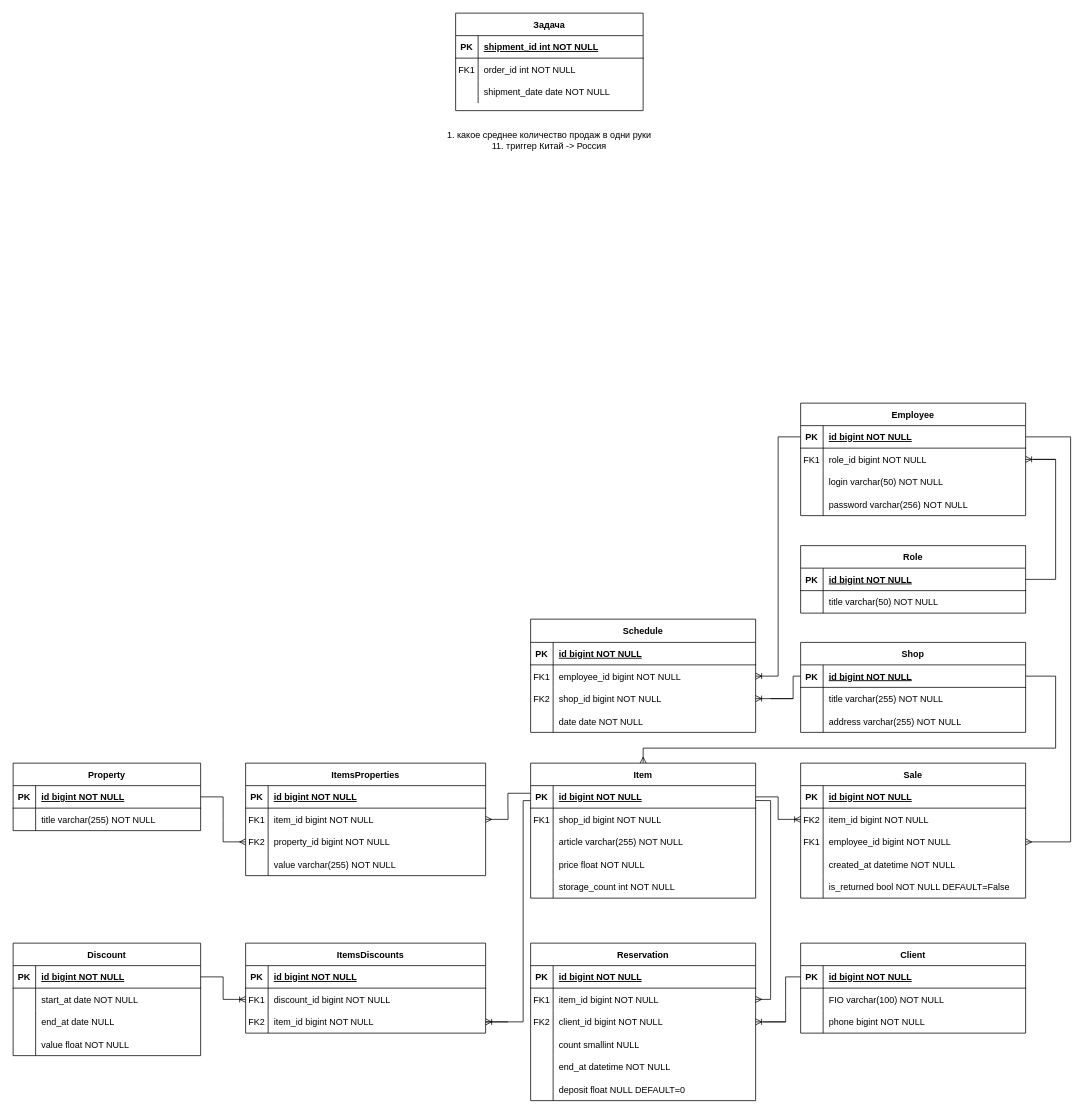
Before: диаграммы баз данных/магазин обуви/физическая.drawio in DogNellaf/shoe-store, a draw.io diagram. Source tidied: cells renumbered, new cells numbered last; positions are measured from the earlier drawing's top-left corner, leaving out a move shared by most shapes. Both pictures are drawn from the tidied source at 75%, with x=0, y=0 at pixel (13, 13).
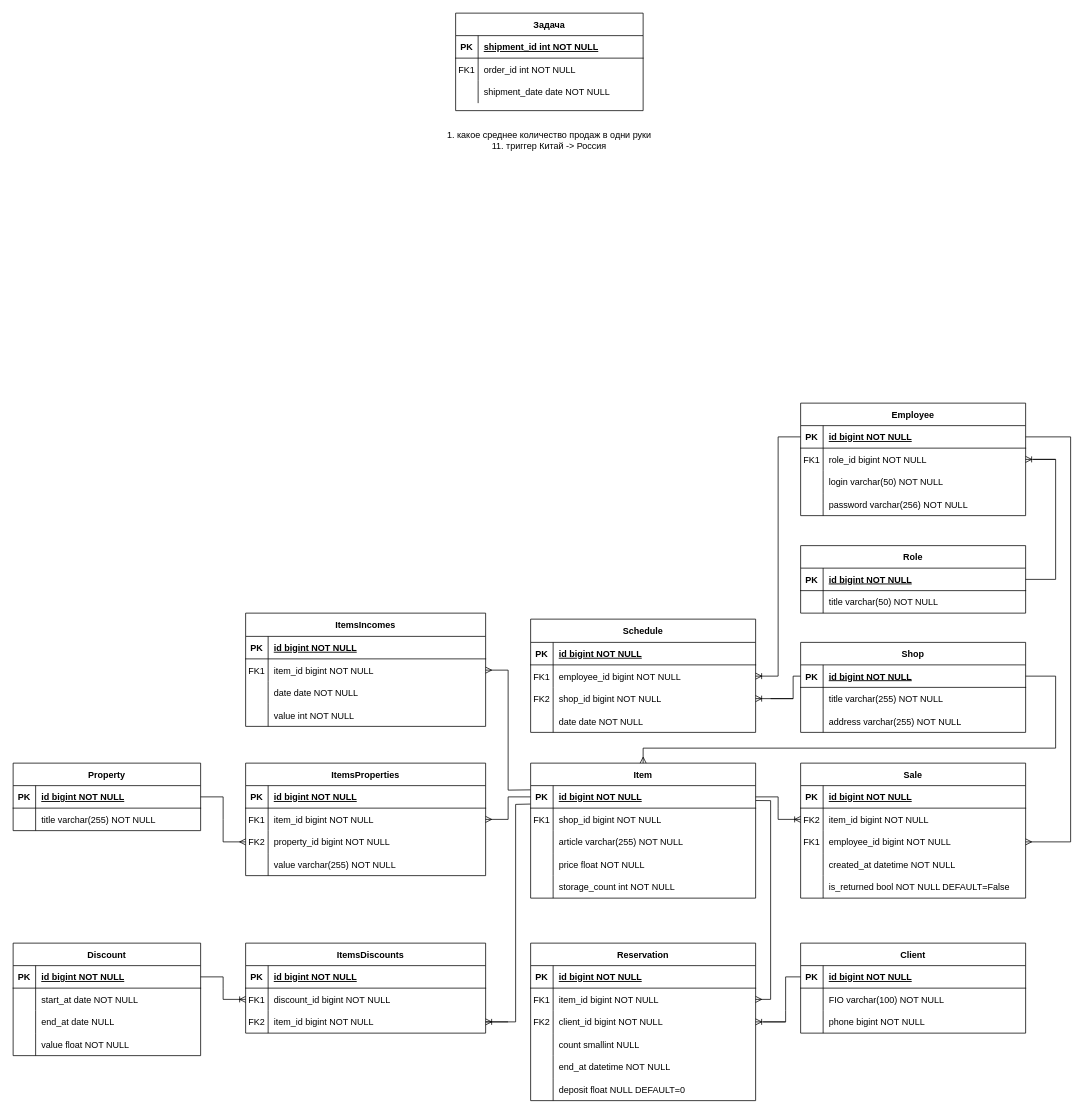
After the change.

Unchanged cells that the change refers to:
```xml
<mxCell id="32" value="Item" style="shape=table;startSize=30;childLayout=tableLayout;rowLines=0;fontStyle=1;align=center;" parent="1" vertex="1">
  <mxGeometry x="690" y="1000" width="300" height="180" as="geometry" />
</mxCell>
<mxCell id="33" style="shape=partialRectangle;fillColor=none;points=[[0,0.5],[1,0.5]];portConstraint=eastwest;top=0;left=0;right=0;bottom=1;" parent="32" vertex="1">
  <mxGeometry y="30" width="300" height="30" as="geometry" />
</mxCell>
<mxCell id="114" style="shape=partialRectangle;fillColor=none;points=[[0,0.5],[1,0.5]];portConstraint=eastwest;top=0;left=0;right=0;bottom=0;" parent="110" vertex="1">
  <mxGeometry y="60" width="320" height="30" as="geometry" />
</mxCell>
```

What changed in the source:
```diff
@@
-    <mxCell id="124" style="edgeStyle=entityRelationEdgeStyle;fontSize=12;html=1;endArrow=ERmany;rounded=0;entryX=1;entryY=0.5;entryDx=0;entryDy=0;exitX=-0.001;exitY=0.34;exitDx=0;exitDy=0;exitPerimeter=0;" parent="1" edge="1" source="33" target="114">
+    <mxCell id="124" style="edgeStyle=entityRelationEdgeStyle;fontSize=12;html=1;endArrow=ERmany;rounded=0;entryX=1;entryY=0.5;entryDx=0;entryDy=0;exitX=0;exitY=0.25;exitDx=0;exitDy=0;" parent="1" edge="1" source="32" target="114">
       <mxGeometry relative="1" as="geometry" />
     </mxCell>
@@
-    <mxCell id="167" style="endArrow=none;html=1;rounded=0;entryX=-0.001;entryY=0.665;entryDx=0;entryDy=0;entryPerimeter=0;" parent="1" edge="1" target="33">
+    <mxCell id="167" style="endArrow=none;html=1;rounded=0;entryX=-0.001;entryY=0.819;entryDx=0;entryDy=0;entryPerimeter=0;" parent="1" edge="1" target="33">
       <mxGeometry relative="1" as="geometry">
         <mxPoint x="660" y="1345" as="sourcePoint" />
         <Array as="points">
-          <mxPoint x="680" y="1345" />
-          <mxPoint x="680" y="1050" />
+          <mxPoint x="670" y="1345" />
+          <mxPoint x="670" y="1055" />
         </Array>
       </mxGeometry>
     </mxCell>
@@
+    <mxCell id="176" value="ItemsIncomes" style="shape=table;startSize=31;childLayout=tableLayout;rowLines=0;fontStyle=1;align=center;" parent="1" vertex="1">
+      <mxGeometry x="310" y="800" width="320" height="151" as="geometry" />
+    </mxCell>
+    <mxCell id="177" style="shape=partialRectangle;fillColor=none;top=0;left=0;right=0;bottom=1;" parent="176" vertex="1">
+      <mxGeometry y="31" width="320" height="30" as="geometry" />
+    </mxCell>
+    <mxCell id="178" value="PK" style="shape=partialRectangle;overflow=hidden;fillColor=none;top=0;left=0;bottom=0;right=0;fontStyle=1;" parent="177" vertex="1">
+      <mxGeometry width="30" height="30" as="geometry" />
+    </mxCell>
+    <mxCell id="179" value="id bigint NOT NULL " style="shape=partialRectangle;overflow=hidden;fillColor=none;top=0;left=0;bottom=0;right=0;align=left;spacingLeft=6;fontStyle=5;" parent="177" vertex="1">
+      <mxGeometry x="30" width="290" height="30" as="geometry" />
+    </mxCell>
+    <mxCell id="180" style="shape=partialRectangle;fillColor=none;points=[[0,0.5],[1,0.5]];portConstraint=eastwest;top=0;left=0;right=0;bottom=0;" parent="176" vertex="1">
+      <mxGeometry y="61" width="320" height="30" as="geometry" />
+    </mxCell>
+    <mxCell id="181" value="FK1" style="shape=partialRectangle;overflow=hidden;fillColor=none;top=0;left=0;bottom=0;right=0;" parent="180" vertex="1">
+      <mxGeometry width="30" height="30" as="geometry" />
+    </mxCell>
+    <mxCell id="182" value="item_id bigint NOT NULL" style="shape=partialRectangle;overflow=hidden;fillColor=none;top=0;left=0;bottom=0;right=0;align=left;spacingLeft=6;" parent="180" vertex="1">
+      <mxGeometry x="30" width="290" height="30" as="geometry" />
+    </mxCell>
+    <mxCell id="183" style="shape=partialRectangle;fillColor=none;top=0;left=0;right=0;bottom=0;" parent="176" vertex="1">
+      <mxGeometry y="91" width="320" height="30" as="geometry" />
+    </mxCell>
+    <mxCell id="184" style="shape=partialRectangle;overflow=hidden;fillColor=none;top=0;left=0;bottom=0;right=0;" parent="183" vertex="1">
+      <mxGeometry width="30" height="30" as="geometry" />
+    </mxCell>
+    <mxCell id="185" value="date date NOT NULL" style="shape=partialRectangle;overflow=hidden;fillColor=none;top=0;left=0;bottom=0;right=0;align=left;spacingLeft=6;" parent="183" vertex="1">
+      <mxGeometry x="30" width="290" height="30" as="geometry" />
+    </mxCell>
+    <mxCell id="186" style="shape=partialRectangle;fillColor=none;top=0;left=0;right=0;bottom=0;" parent="176" vertex="1">
+      <mxGeometry y="121" width="320" height="30" as="geometry" />
+    </mxCell>
+    <mxCell id="187" style="shape=partialRectangle;overflow=hidden;fillColor=none;top=0;left=0;bottom=0;right=0;" parent="186" vertex="1">
+      <mxGeometry width="30" height="30" as="geometry" />
+    </mxCell>
+    <mxCell id="188" value="value int NOT NULL" style="shape=partialRectangle;overflow=hidden;fillColor=none;top=0;left=0;bottom=0;right=0;align=left;spacingLeft=6;" parent="186" vertex="1">
+      <mxGeometry x="30" width="290" height="30" as="geometry" />
+    </mxCell>
+    <mxCell id="189" style="endArrow=ERmany;html=1;rounded=0;exitX=-0.001;exitY=0.188;exitDx=0;exitDy=0;entryX=1;entryY=0.5;entryDx=0;entryDy=0;exitPerimeter=0;endFill=0;" parent="1" edge="1" source="33" target="180">
+      <mxGeometry relative="1" as="geometry">
+        <Array as="points">
+          <mxPoint x="660" y="1036" />
+          <mxPoint x="660" y="876" />
+        </Array>
+      </mxGeometry>
+    </mxCell>
```
